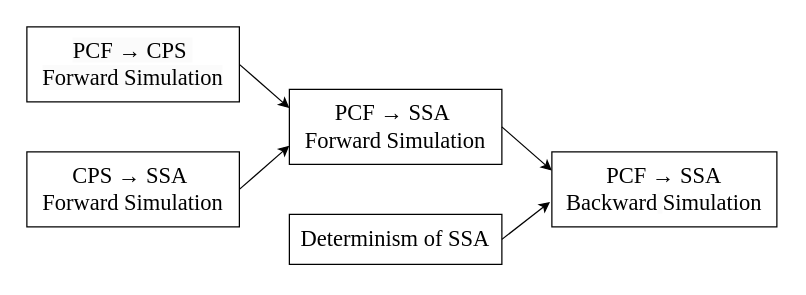
Above: tase23/simurelation.drawio in ABigDoge/MyDiagrams (draw.io), before the change. Source tidied: cells renumbered, new cells numbered last; positions are measured from the earlier drawing's top-left corner, leaving out a move shared by most shapes. Both pictures are drawn from the tidied source at 125%, with x=0, y=0 at pixel (26, 26).
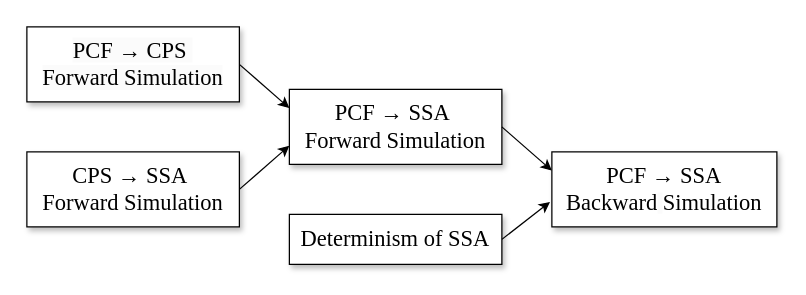
The same page after the edit.

What changed in the source:
```diff
@@
 <mxGraphModel>
   <root>
     <mxCell id="0" />
     <mxCell id="1" parent="0" />
-    <mxCell id="2" value="&lt;span style=&quot;color: rgb(0, 0, 0); font-style: normal; font-variant-ligatures: normal; font-variant-caps: normal; font-weight: 400; letter-spacing: normal; orphans: 2; text-align: center; text-indent: 0px; text-transform: none; widows: 2; word-spacing: 0px; -webkit-text-stroke-width: 0px; background-color: rgb(251, 251, 251); text-decoration-thickness: initial; text-decoration-style: initial; text-decoration-color: initial; float: none; display: inline !important; font-size: 18px;&quot;&gt;&lt;font style=&quot;font-size: 18px;&quot;&gt;PCF → CPS&amp;nbsp;&lt;br&gt;&lt;/font&gt;&lt;/span&gt;&lt;font style=&quot;font-size: 18px;&quot;&gt;&lt;span style=&quot;color: rgb(0, 0, 0); font-style: normal; font-variant-ligatures: normal; font-variant-caps: normal; font-weight: 400; letter-spacing: normal; orphans: 2; text-align: center; text-indent: 0px; text-transform: none; widows: 2; word-spacing: 0px; -webkit-text-stroke-width: 0px; background-color: rgb(251, 251, 251); text-decoration-thickness: initial; text-decoration-style: initial; text-decoration-color: initial; float: none; display: inline !important;&quot;&gt;&lt;font style=&quot;font-size: 18px;&quot;&gt;F&lt;/font&gt;&lt;/span&gt;&lt;font style=&quot;font-size: 18px; border-color: var(--border-color); color: rgb(0, 0, 0); font-style: normal; font-variant-ligatures: normal; font-variant-caps: normal; font-weight: 400; letter-spacing: normal; orphans: 2; text-align: center; text-indent: 0px; text-transform: none; widows: 2; word-spacing: 0px; -webkit-text-stroke-width: 0px; background-color: rgb(251, 251, 251); text-decoration-thickness: initial; text-decoration-style: initial; text-decoration-color: initial;&quot; face=&quot;Times New Roman&quot;&gt;orward Simulation&lt;/font&gt;&lt;/font&gt;" style="rounded=0;whiteSpace=wrap;html=1;fontFamily=Times New Roman;fontSize=16;" parent="1" vertex="1">
+    <mxCell id="2" value="&lt;span style=&quot;color: rgb(0, 0, 0); font-style: normal; font-variant-ligatures: normal; font-variant-caps: normal; font-weight: 400; letter-spacing: normal; orphans: 2; text-align: center; text-indent: 0px; text-transform: none; widows: 2; word-spacing: 0px; -webkit-text-stroke-width: 0px; background-color: rgb(251, 251, 251); text-decoration-thickness: initial; text-decoration-style: initial; text-decoration-color: initial; float: none; display: inline !important; font-size: 18px;&quot;&gt;&lt;font style=&quot;font-size: 18px;&quot;&gt;PCF → CPS&amp;nbsp;&lt;br&gt;&lt;/font&gt;&lt;/span&gt;&lt;font style=&quot;font-size: 18px;&quot;&gt;&lt;span style=&quot;color: rgb(0, 0, 0); font-style: normal; font-variant-ligatures: normal; font-variant-caps: normal; font-weight: 400; letter-spacing: normal; orphans: 2; text-align: center; text-indent: 0px; text-transform: none; widows: 2; word-spacing: 0px; -webkit-text-stroke-width: 0px; background-color: rgb(251, 251, 251); text-decoration-thickness: initial; text-decoration-style: initial; text-decoration-color: initial; float: none; display: inline !important;&quot;&gt;&lt;font style=&quot;font-size: 18px;&quot;&gt;F&lt;/font&gt;&lt;/span&gt;&lt;font style=&quot;font-size: 18px; border-color: var(--border-color); color: rgb(0, 0, 0); font-style: normal; font-variant-ligatures: normal; font-variant-caps: normal; font-weight: 400; letter-spacing: normal; orphans: 2; text-align: center; text-indent: 0px; text-transform: none; widows: 2; word-spacing: 0px; -webkit-text-stroke-width: 0px; background-color: rgb(251, 251, 251); text-decoration-thickness: initial; text-decoration-style: initial; text-decoration-color: initial;&quot; face=&quot;Times New Roman&quot;&gt;orward Simulation&lt;/font&gt;&lt;/font&gt;" style="rounded=0;whiteSpace=wrap;html=1;fontFamily=Times New Roman;fontSize=16;shadow=1;" parent="1" vertex="1">
       <mxGeometry width="170" height="60" as="geometry" />
     </mxCell>
-    <mxCell id="3" value="&lt;font style=&quot;border-color: var(--border-color); font-size: 18px;&quot; face=&quot;Times New Roman&quot;&gt;&lt;font style=&quot;border-color: var(--border-color);&quot;&gt;PCF → SSA&amp;nbsp;&lt;br&gt;&lt;/font&gt;&lt;font style=&quot;border-color: var(--border-color);&quot;&gt;&lt;span style=&quot;border-color: var(--border-color);&quot;&gt;&lt;font style=&quot;border-color: var(--border-color);&quot;&gt;F&lt;/font&gt;&lt;/span&gt;&lt;/font&gt;orward Simulation&lt;/font&gt;" style="rounded=0;whiteSpace=wrap;html=1;fontFamily=Times New Roman;fontSize=16;" parent="1" vertex="1">
+    <mxCell id="3" value="&lt;font style=&quot;border-color: var(--border-color); font-size: 18px;&quot; face=&quot;Times New Roman&quot;&gt;&lt;font style=&quot;border-color: var(--border-color);&quot;&gt;PCF → SSA&amp;nbsp;&lt;br&gt;&lt;/font&gt;&lt;font style=&quot;border-color: var(--border-color);&quot;&gt;&lt;span style=&quot;border-color: var(--border-color);&quot;&gt;&lt;font style=&quot;border-color: var(--border-color);&quot;&gt;F&lt;/font&gt;&lt;/span&gt;&lt;/font&gt;orward Simulation&lt;/font&gt;" style="rounded=0;whiteSpace=wrap;html=1;fontFamily=Times New Roman;fontSize=16;shadow=1;" parent="1" vertex="1">
       <mxGeometry x="210" y="50" width="170" height="60" as="geometry" />
     </mxCell>
-    <mxCell id="4" value="&lt;font style=&quot;border-color: var(--border-color); font-size: 18px;&quot; face=&quot;Times New Roman&quot;&gt;&lt;font style=&quot;border-color: var(--border-color);&quot;&gt;CPS → SSA&amp;nbsp;&lt;br&gt;&lt;/font&gt;&lt;font style=&quot;border-color: var(--border-color);&quot;&gt;&lt;font style=&quot;border-color: var(--border-color);&quot;&gt;F&lt;/font&gt;&lt;/font&gt;orward Simulation&lt;/font&gt;" style="rounded=0;whiteSpace=wrap;html=1;fontFamily=Times New Roman;fontSize=16;" parent="1" vertex="1">
+    <mxCell id="4" value="&lt;font style=&quot;border-color: var(--border-color); font-size: 18px;&quot; face=&quot;Times New Roman&quot;&gt;&lt;font style=&quot;border-color: var(--border-color);&quot;&gt;CPS → SSA&amp;nbsp;&lt;br&gt;&lt;/font&gt;&lt;font style=&quot;border-color: var(--border-color);&quot;&gt;&lt;font style=&quot;border-color: var(--border-color);&quot;&gt;F&lt;/font&gt;&lt;/font&gt;orward Simulation&lt;/font&gt;" style="rounded=0;whiteSpace=wrap;html=1;fontFamily=Times New Roman;fontSize=16;shadow=1;" parent="1" vertex="1">
       <mxGeometry y="100" width="170" height="60" as="geometry" />
     </mxCell>
-    <mxCell id="5" value="&lt;font style=&quot;font-size: 18px;&quot;&gt;PCF → SSA Backward&lt;/font&gt;&lt;span style=&quot;color: rgb(0, 0, 0); font-family: Helvetica; font-style: normal; font-variant-ligatures: normal; font-variant-caps: normal; font-weight: 400; letter-spacing: normal; orphans: 2; text-align: center; text-indent: 0px; text-transform: none; widows: 2; word-spacing: 0px; -webkit-text-stroke-width: 0px; background-color: rgb(251, 251, 251); text-decoration-thickness: initial; text-decoration-style: initial; text-decoration-color: initial; float: none; display: inline !important;&quot;&gt;&amp;nbsp;&lt;/span&gt;&lt;font style=&quot;border-color: var(--border-color); font-size: 18px;&quot; face=&quot;Times New Roman&quot;&gt;Simulation&lt;/font&gt;" style="rounded=0;whiteSpace=wrap;html=1;fontFamily=Times New Roman;fontSize=16;" parent="1" vertex="1">
+    <mxCell id="5" value="&lt;font style=&quot;font-size: 18px;&quot;&gt;PCF → SSA Backward&lt;/font&gt;&lt;span style=&quot;color: rgb(0, 0, 0); font-family: Helvetica; font-style: normal; font-variant-ligatures: normal; font-variant-caps: normal; font-weight: 400; letter-spacing: normal; orphans: 2; text-align: center; text-indent: 0px; text-transform: none; widows: 2; word-spacing: 0px; -webkit-text-stroke-width: 0px; background-color: rgb(251, 251, 251); text-decoration-thickness: initial; text-decoration-style: initial; text-decoration-color: initial; float: none; display: inline !important;&quot;&gt;&amp;nbsp;&lt;/span&gt;&lt;font style=&quot;border-color: var(--border-color); font-size: 18px;&quot; face=&quot;Times New Roman&quot;&gt;Simulation&lt;/font&gt;" style="rounded=0;whiteSpace=wrap;html=1;fontFamily=Times New Roman;fontSize=16;shadow=1;" parent="1" vertex="1">
       <mxGeometry x="420" y="100" width="180" height="60" as="geometry" />
     </mxCell>
-    <mxCell id="6" value="&lt;span style=&quot;color: rgb(0, 0, 0); font-style: normal; font-variant-ligatures: normal; font-variant-caps: normal; font-weight: 400; letter-spacing: normal; orphans: 2; text-align: center; text-indent: 0px; text-transform: none; widows: 2; word-spacing: 0px; -webkit-text-stroke-width: 0px; text-decoration-thickness: initial; text-decoration-style: initial; text-decoration-color: initial; float: none; display: inline !important; font-size: 18px;&quot;&gt;&lt;font style=&quot;font-size: 18px;&quot;&gt;Determinism of&lt;/font&gt;&lt;font style=&quot;font-size: 18px;&quot;&gt;&amp;nbsp;SSA&lt;/font&gt;&lt;/span&gt;" style="rounded=0;whiteSpace=wrap;html=1;fontFamily=Times New Roman;fontSize=16;fillColor=default;labelBackgroundColor=none;labelBorderColor=none;" parent="1" vertex="1">
+    <mxCell id="6" value="&lt;span style=&quot;color: rgb(0, 0, 0); font-style: normal; font-variant-ligatures: normal; font-variant-caps: normal; font-weight: 400; letter-spacing: normal; orphans: 2; text-align: center; text-indent: 0px; text-transform: none; widows: 2; word-spacing: 0px; -webkit-text-stroke-width: 0px; text-decoration-thickness: initial; text-decoration-style: initial; text-decoration-color: initial; float: none; display: inline !important; font-size: 18px;&quot;&gt;&lt;font style=&quot;font-size: 18px;&quot;&gt;Determinism of&lt;/font&gt;&lt;font style=&quot;font-size: 18px;&quot;&gt;&amp;nbsp;SSA&lt;/font&gt;&lt;/span&gt;" style="rounded=0;whiteSpace=wrap;html=1;fontFamily=Times New Roman;fontSize=16;fillColor=default;labelBackgroundColor=none;labelBorderColor=none;shadow=1;" parent="1" vertex="1">
       <mxGeometry x="210" y="150" width="170" height="40" as="geometry" />
     </mxCell>
     <mxCell id="7" style="endArrow=classic;html=1;rounded=0;fontFamily=Times New Roman;fontSize=16;exitX=1;exitY=0.5;exitDx=0;exitDy=0;entryX=0;entryY=0.25;entryDx=0;entryDy=0;" parent="1" edge="1" source="2" target="3">
       <mxGeometry relative="1" as="geometry" />
     </mxCell>
     <mxCell id="8" style="endArrow=classic;html=1;rounded=0;fontFamily=Times New Roman;fontSize=16;exitX=1;exitY=0.5;exitDx=0;exitDy=0;entryX=0;entryY=0.75;entryDx=0;entryDy=0;" parent="1" edge="1" source="4" target="3">
       <mxGeometry relative="1" as="geometry" />
     </mxCell>
     <mxCell id="9" style="endArrow=classic;html=1;rounded=0;fontFamily=Times New Roman;fontSize=16;exitX=1;exitY=0.5;exitDx=0;exitDy=0;entryX=0;entryY=0.25;entryDx=0;entryDy=0;" parent="1" edge="1" source="3" target="5">
       <mxGeometry relative="1" as="geometry" />
     </mxCell>
     <mxCell id="10" style="endArrow=classic;html=1;rounded=0;fontFamily=Times New Roman;fontSize=16;exitX=1;exitY=0.5;exitDx=0;exitDy=0;entryX=-0.008;entryY=0.667;entryDx=0;entryDy=0;entryPerimeter=0;" parent="1" edge="1" source="6" target="5">
       <mxGeometry relative="1" as="geometry" />
     </mxCell>
   </root>
 </mxGraphModel>
```
